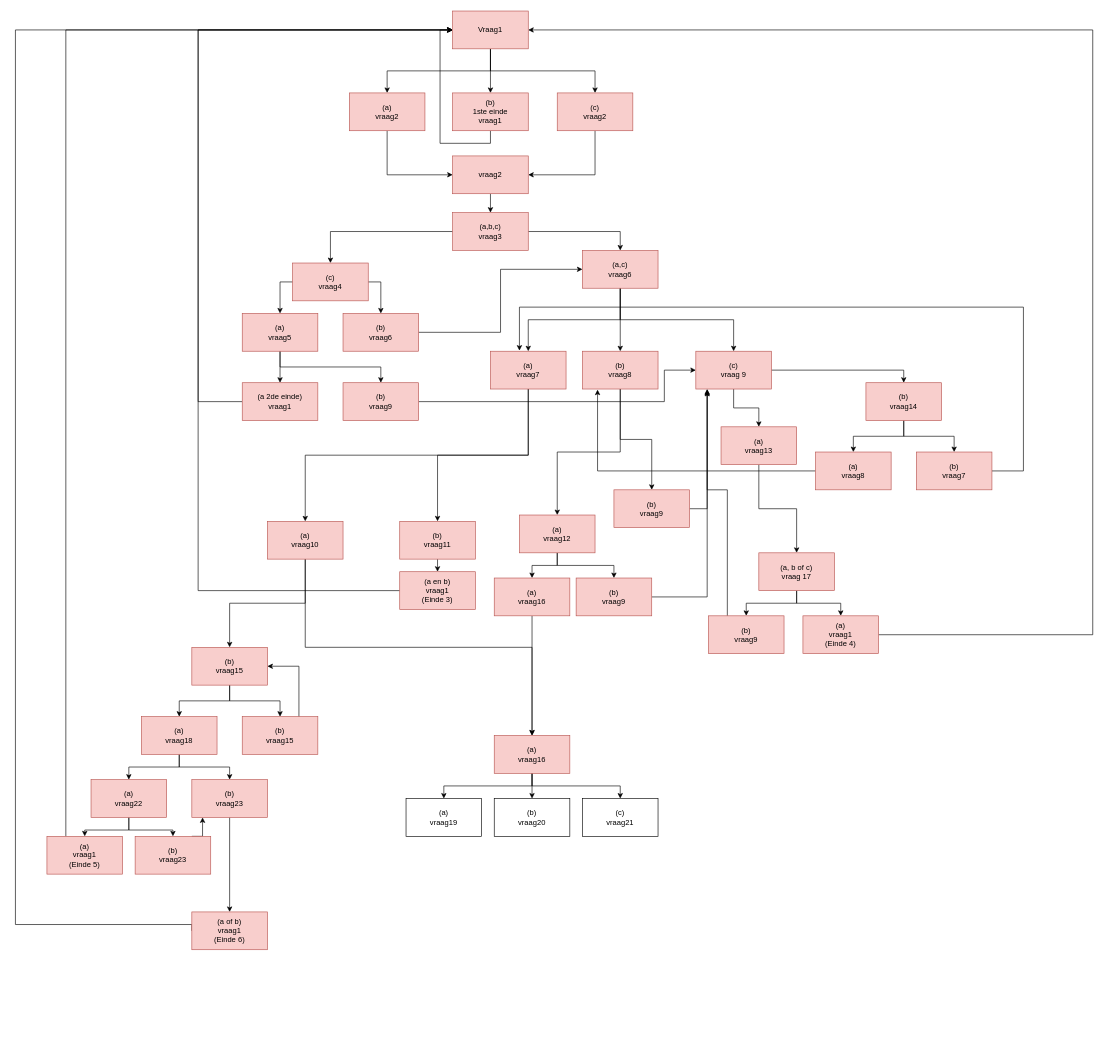
The draw.io diagram SchemaEindopdrachtBO.drawio in MikeHuijgen/HelloYouBeroepsopdracht, before the edit. Source tidied: cells renumbered, new cells numbered last; positions are measured from the earlier drawing's top-left corner, leaving out a move shared by most shapes. Both pictures are drawn from the tidied source at 63%, with x=0, y=0 at pixel (15, 11).
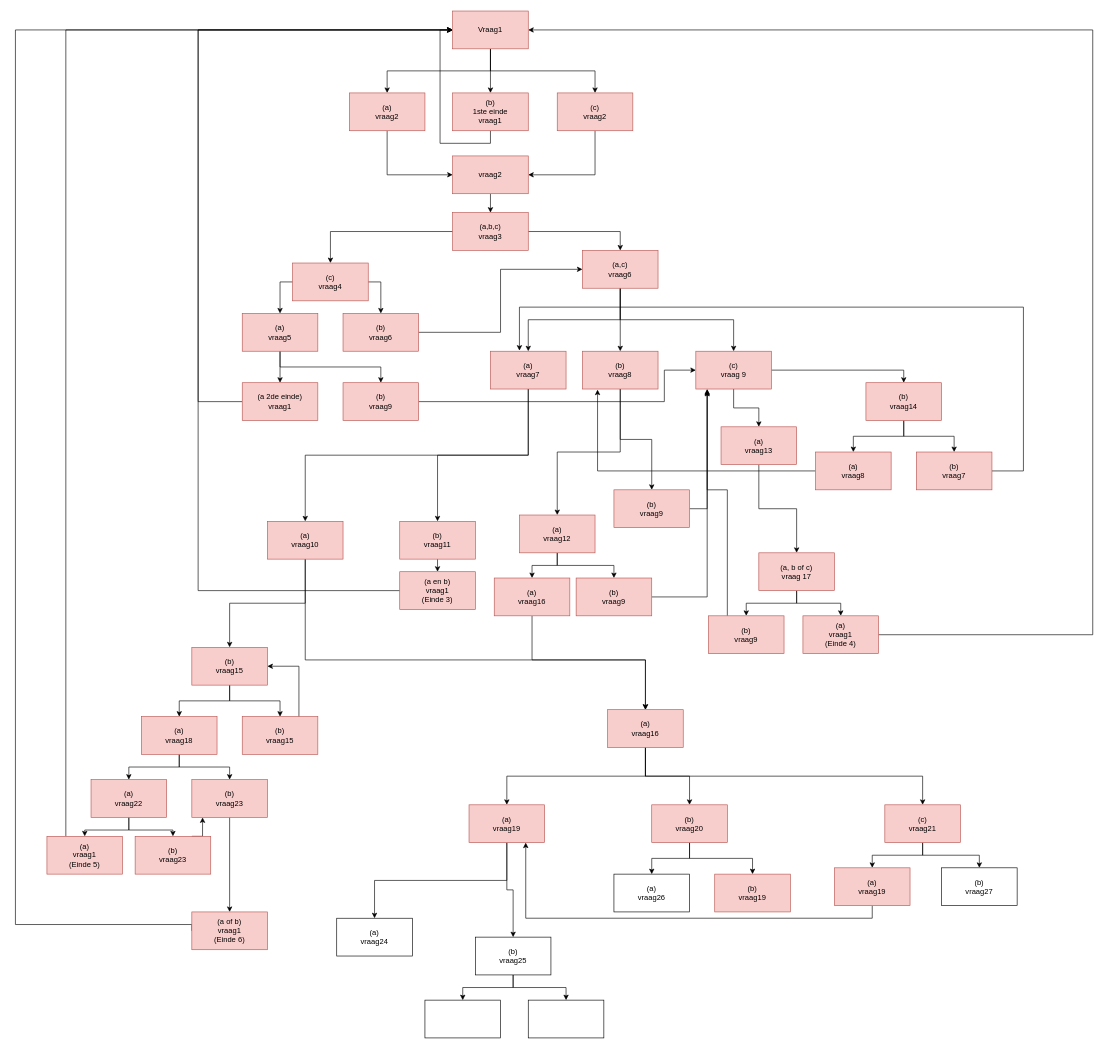
The same page after the edit.

Commit message (it also covers changes not shown here):
Vraag 19 t/m 21 gemaakt en schema aangepast

The change refers to these unchanged cells:
```xml
<mxCell id="49" value="(a)&lt;br&gt;vraag10" style="rounded=0;whiteSpace=wrap;html=1;fillColor=#f8cecc;strokeColor=#b85450;" parent="1" vertex="1">
  <mxGeometry x="400" y="810" width="120" height="60" as="geometry" />
</mxCell>
<mxCell id="67" value="(a)&lt;br&gt;vraag16" style="rounded=0;whiteSpace=wrap;html=1;fillColor=#f8cecc;strokeColor=#b85450;" parent="1" vertex="1">
  <mxGeometry x="760" y="900" width="120" height="60" as="geometry" />
</mxCell>
```

The edit, as a diff of the source:
```diff
@@
     <mxCell id="48" style="edgeStyle=orthogonalEdgeStyle;rounded=0;jettySize=auto;html=1;exitX=0.5;exitY=1;exitDx=0;exitDy=0;entryX=0.5;entryY=0;entryDx=0;entryDy=0;" parent="1" edge="1" source="49" target="63">
-      <mxGeometry relative="1" as="geometry" />
+      <mxGeometry relative="1" as="geometry">
+        <Array as="points">
+          <mxPoint x="460" y="1030" />
+          <mxPoint x="1000" y="1030" />
+        </Array>
+      </mxGeometry>
     </mxCell>
@@
     <mxCell id="63" value="(a)&lt;br&gt;vraag16" style="rounded=0;whiteSpace=wrap;html=1;fillColor=#f8cecc;strokeColor=#b85450;" parent="1" vertex="1">
-      <mxGeometry x="760" y="1150" width="120" height="60" as="geometry" />
+      <mxGeometry x="940" y="1109" width="120" height="60" as="geometry" />
     </mxCell>
@@
     <mxCell id="66" style="edgeStyle=orthogonalEdgeStyle;rounded=0;jettySize=auto;html=1;exitX=0.5;exitY=1;exitDx=0;exitDy=0;entryX=0.5;entryY=0;entryDx=0;entryDy=0;" parent="1" edge="1" source="67" target="63">
-      <mxGeometry relative="1" as="geometry" />
+      <mxGeometry relative="1" as="geometry">
+        <Array as="points">
+          <mxPoint x="820" y="1030" />
+          <mxPoint x="1000" y="1030" />
+        </Array>
+      </mxGeometry>
     </mxCell>
@@
+    <mxCell id="100" style="edgeStyle=orthogonalEdgeStyle;rounded=0;jettySize=auto;html=1;exitX=0.5;exitY=1;exitDx=0;exitDy=0;entryX=0.5;entryY=0;entryDx=0;entryDy=0;" parent="1" edge="1" source="82" target="106">
+      <mxGeometry relative="1" as="geometry" />
+    </mxCell>
+    <mxCell id="101" style="edgeStyle=orthogonalEdgeStyle;rounded=0;jettySize=auto;html=1;exitX=0.5;exitY=1;exitDx=0;exitDy=0;entryX=0.5;entryY=0;entryDx=0;entryDy=0;" parent="1" edge="1" source="82" target="109">
+      <mxGeometry relative="1" as="geometry" />
+    </mxCell>
-    <mxCell id="82" value="(a)&lt;br&gt;vraag19" style="rounded=0;whiteSpace=wrap;html=1;" parent="1" vertex="1">
-      <mxGeometry x="620" y="1250" width="120" height="60" as="geometry" />
+    <mxCell id="82" value="(a)&lt;br&gt;vraag19" style="rounded=0;whiteSpace=wrap;html=1;fillColor=#f8cecc;strokeColor=#b85450;" parent="1" vertex="1">
+      <mxGeometry x="720" y="1260" width="120" height="60" as="geometry" />
     </mxCell>
+    <mxCell id="102" style="edgeStyle=orthogonalEdgeStyle;rounded=0;jettySize=auto;html=1;exitX=0.5;exitY=1;exitDx=0;exitDy=0;entryX=0.5;entryY=0;entryDx=0;entryDy=0;" parent="1" edge="1" source="83" target="110">
+      <mxGeometry relative="1" as="geometry" />
+    </mxCell>
+    <mxCell id="103" style="edgeStyle=orthogonalEdgeStyle;rounded=0;jettySize=auto;html=1;exitX=0.5;exitY=1;exitDx=0;exitDy=0;entryX=0.5;entryY=0;entryDx=0;entryDy=0;" parent="1" edge="1" source="83" target="113">
+      <mxGeometry relative="1" as="geometry" />
+    </mxCell>
-    <mxCell id="83" value="(b)&lt;br&gt;vraag20" style="rounded=0;whiteSpace=wrap;html=1;" parent="1" vertex="1">
-      <mxGeometry x="760" y="1250" width="120" height="60" as="geometry" />
+    <mxCell id="83" value="(b)&lt;br&gt;vraag20" style="rounded=0;whiteSpace=wrap;html=1;fillColor=#f8cecc;strokeColor=#b85450;" parent="1" vertex="1">
+      <mxGeometry x="1010" y="1260" width="120" height="60" as="geometry" />
     </mxCell>
+    <mxCell id="104" style="edgeStyle=orthogonalEdgeStyle;rounded=0;jettySize=auto;html=1;exitX=0.5;exitY=1;exitDx=0;exitDy=0;" parent="1" edge="1" source="84" target="116">
+      <mxGeometry relative="1" as="geometry" />
+    </mxCell>
+    <mxCell id="105" style="edgeStyle=orthogonalEdgeStyle;rounded=0;jettySize=auto;html=1;exitX=0.5;exitY=1;exitDx=0;exitDy=0;" parent="1" edge="1" source="84" target="115">
+      <mxGeometry relative="1" as="geometry" />
+    </mxCell>
-    <mxCell id="84" value="(c)&lt;br&gt;vraag21" style="rounded=0;whiteSpace=wrap;html=1;" parent="1" vertex="1">
-      <mxGeometry x="900" y="1250" width="120" height="60" as="geometry" />
+    <mxCell id="84" value="(c)&lt;br&gt;vraag21" style="rounded=0;whiteSpace=wrap;html=1;fillColor=#f8cecc;strokeColor=#b85450;" parent="1" vertex="1">
+      <mxGeometry x="1380" y="1260" width="120" height="60" as="geometry" />
     </mxCell>
@@
+    <mxCell id="106" value="(a)&lt;br&gt;vraag24" style="rounded=0;whiteSpace=wrap;html=1;" parent="1" vertex="1">
+      <mxGeometry x="510" y="1440" width="120" height="60" as="geometry" />
+    </mxCell>
+    <mxCell id="107" style="edgeStyle=orthogonalEdgeStyle;rounded=0;jettySize=auto;html=1;exitX=0.5;exitY=1;exitDx=0;exitDy=0;entryX=0.5;entryY=0;entryDx=0;entryDy=0;" parent="1" edge="1" source="109" target="112">
+      <mxGeometry relative="1" as="geometry" />
+    </mxCell>
+    <mxCell id="108" style="edgeStyle=orthogonalEdgeStyle;rounded=0;jettySize=auto;html=1;exitX=0.5;exitY=1;exitDx=0;exitDy=0;entryX=0.5;entryY=0;entryDx=0;entryDy=0;" parent="1" edge="1" source="109" target="111">
+      <mxGeometry relative="1" as="geometry" />
+    </mxCell>
+    <mxCell id="109" value="(b)&lt;br&gt;vraag25" style="rounded=0;whiteSpace=wrap;html=1;" parent="1" vertex="1">
+      <mxGeometry x="730" y="1470" width="120" height="60" as="geometry" />
+    </mxCell>
+    <mxCell id="110" value="(a)&lt;br&gt;vraag26&lt;br&gt;" style="rounded=0;whiteSpace=wrap;html=1;" parent="1" vertex="1">
+      <mxGeometry x="950" y="1370" width="120" height="60" as="geometry" />
+    </mxCell>
+    <mxCell id="111" style="rounded=0;whiteSpace=wrap;html=1;" parent="1" vertex="1">
+      <mxGeometry x="650" y="1570" width="120" height="60" as="geometry" />
+    </mxCell>
+    <mxCell id="112" style="rounded=0;whiteSpace=wrap;html=1;" parent="1" vertex="1">
+      <mxGeometry x="814" y="1570" width="120" height="60" as="geometry" />
+    </mxCell>
+    <mxCell id="113" value="(b)&lt;br&gt;vraag19" style="rounded=0;whiteSpace=wrap;html=1;fillColor=#f8cecc;strokeColor=#b85450;" parent="1" vertex="1">
+      <mxGeometry x="1110" y="1370" width="120" height="60" as="geometry" />
+    </mxCell>
+    <mxCell id="114" style="edgeStyle=orthogonalEdgeStyle;rounded=0;jettySize=auto;html=1;exitX=0.5;exitY=1;exitDx=0;exitDy=0;entryX=0.75;entryY=1;entryDx=0;entryDy=0;" parent="1" edge="1" source="115" target="82">
+      <mxGeometry relative="1" as="geometry" />
+    </mxCell>
+    <mxCell id="115" value="(a)&lt;br&gt;vraag19" style="rounded=0;whiteSpace=wrap;html=1;fillColor=#f8cecc;strokeColor=#b85450;" parent="1" vertex="1">
+      <mxGeometry x="1300" y="1360" width="120" height="60" as="geometry" />
+    </mxCell>
+    <mxCell id="116" value="(b)&lt;br&gt;vraag27" style="rounded=0;whiteSpace=wrap;html=1;" parent="1" vertex="1">
+      <mxGeometry x="1470" y="1360" width="120" height="60" as="geometry" />
+    </mxCell>
```
